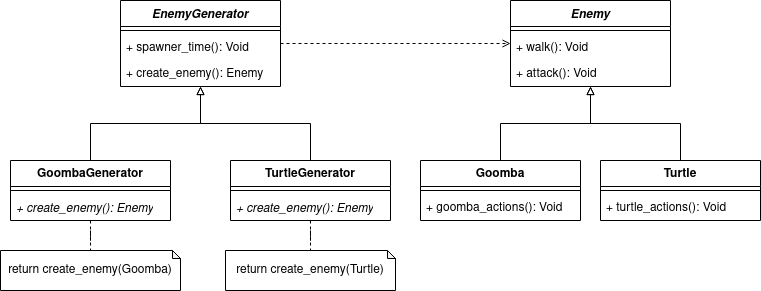
Above: ETS/unidad-07/tareas/tarea04/diagram.drawio.png in JesusLugo2002/1DAW (draw.io), before the change. Source tidied: cells renumbered, new cells last; positions are measured from the earlier drawing's top-left corner, leaving out a move shared by most shapes.
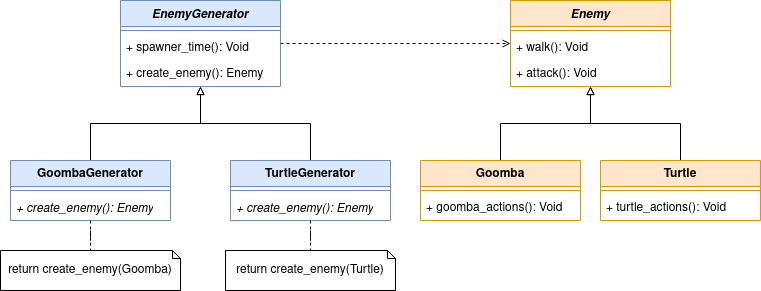
Above is the later version.

Change to the diagram source:
```diff
@@ -5,7 +5,7 @@
     <mxCell id="2" style="edgeStyle=orthogonalEdgeStyle;rounded=0;jettySize=auto;html=1;dashed=1;endArrow=open;endFill=0;" parent="1" edge="1" source="3" target="7">
       <mxGeometry relative="1" as="geometry" />
     </mxCell>
-    <mxCell id="3" value="EnemyGenerator" style="swimlane;fontStyle=3;align=center;verticalAlign=top;horizontal=1;startSize=26;whiteSpace=wrap;html=1;" parent="1" vertex="1">
+    <mxCell id="3" value="EnemyGenerator" style="swimlane;fontStyle=3;align=center;verticalAlign=top;horizontal=1;startSize=26;whiteSpace=wrap;html=1;fillColor=#dae8fc;strokeColor=#6c8ebf;" parent="1" vertex="1">
       <mxGeometry x="120" width="160" height="86" as="geometry" />
     </mxCell>
     <mxCell id="4" style="line;strokeWidth=1;fillColor=none;align=left;verticalAlign=middle;spacingTop=-1;spacingLeft=3;spacingRight=3;labelPosition=right;strokeColor=inherit;" parent="3" vertex="1">
@@ -17,7 +17,7 @@
     <mxCell id="6" value="+ create_enemy(): Enemy" style="text;strokeColor=none;fillColor=none;align=left;verticalAlign=top;spacingLeft=4;spacingRight=4;overflow=hidden;whiteSpace=wrap;html=1;" parent="3" vertex="1">
       <mxGeometry y="60" width="160" height="26" as="geometry" />
     </mxCell>
-    <mxCell id="7" value="Enemy" style="swimlane;fontStyle=3;align=center;verticalAlign=top;horizontal=1;startSize=26;whiteSpace=wrap;html=1;" parent="1" vertex="1">
+    <mxCell id="7" value="Enemy" style="swimlane;fontStyle=3;align=center;verticalAlign=top;horizontal=1;startSize=26;whiteSpace=wrap;html=1;fillColor=#ffe6cc;strokeColor=#d79b00;" parent="1" vertex="1">
       <mxGeometry x="510" width="160" height="86" as="geometry" />
     </mxCell>
     <mxCell id="8" style="line;strokeWidth=1;fillColor=none;align=left;verticalAlign=middle;spacingTop=-1;spacingLeft=3;spacingRight=3;labelPosition=right;strokeColor=inherit;" parent="7" vertex="1">
@@ -35,7 +35,7 @@
     <mxCell id="12" style="edgeStyle=orthogonalEdgeStyle;rounded=0;jettySize=auto;html=1;endArrow=none;endFill=0;dashed=1;" parent="1" edge="1" source="13" target="22">
       <mxGeometry relative="1" as="geometry" />
     </mxCell>
-    <mxCell id="13" value="GoombaGenerator" style="swimlane;fontStyle=1;align=center;verticalAlign=top;horizontal=1;startSize=26;whiteSpace=wrap;html=1;" parent="1" vertex="1">
+    <mxCell id="13" value="GoombaGenerator" style="swimlane;fontStyle=1;align=center;verticalAlign=top;horizontal=1;startSize=26;whiteSpace=wrap;html=1;fillColor=#dae8fc;strokeColor=#6c8ebf;" parent="1" vertex="1">
       <mxGeometry x="10" y="160" width="160" height="60" as="geometry" />
     </mxCell>
     <mxCell id="14" style="line;strokeWidth=1;fillColor=none;align=left;verticalAlign=middle;spacingTop=-1;spacingLeft=3;spacingRight=3;labelPosition=right;strokeColor=inherit;" parent="13" vertex="1">
@@ -50,7 +50,7 @@
     <mxCell id="17" style="edgeStyle=orthogonalEdgeStyle;rounded=0;jettySize=auto;html=1;endArrow=none;endFill=0;dashed=1;" parent="1" edge="1" source="18" target="21">
       <mxGeometry relative="1" as="geometry" />
     </mxCell>
-    <mxCell id="18" value="TurtleGenerator" style="swimlane;fontStyle=1;align=center;verticalAlign=top;horizontal=1;startSize=26;whiteSpace=wrap;html=1;" parent="1" vertex="1">
+    <mxCell id="18" value="TurtleGenerator" style="swimlane;fontStyle=1;align=center;verticalAlign=top;horizontal=1;startSize=26;whiteSpace=wrap;html=1;fillColor=#dae8fc;strokeColor=#6c8ebf;" parent="1" vertex="1">
       <mxGeometry x="230" y="160" width="160" height="60" as="geometry" />
     </mxCell>
     <mxCell id="19" style="line;strokeWidth=1;fillColor=none;align=left;verticalAlign=middle;spacingTop=-1;spacingLeft=3;spacingRight=3;labelPosition=right;strokeColor=inherit;" parent="18" vertex="1">
@@ -68,7 +68,7 @@
     <mxCell id="23" style="edgeStyle=orthogonalEdgeStyle;rounded=0;jettySize=auto;html=1;endArrow=block;endFill=0;" parent="1" edge="1" source="24" target="7">
       <mxGeometry relative="1" as="geometry" />
     </mxCell>
-    <mxCell id="24" value="Goomba" style="swimlane;fontStyle=1;align=center;verticalAlign=top;horizontal=1;startSize=26;whiteSpace=wrap;html=1;" parent="1" vertex="1">
+    <mxCell id="24" value="Goomba" style="swimlane;fontStyle=1;align=center;verticalAlign=top;horizontal=1;startSize=26;whiteSpace=wrap;html=1;fillColor=#ffe6cc;strokeColor=#d79b00;" parent="1" vertex="1">
       <mxGeometry x="420" y="160" width="160" height="60" as="geometry" />
     </mxCell>
     <mxCell id="25" style="line;strokeWidth=1;fillColor=none;align=left;verticalAlign=middle;spacingTop=-1;spacingLeft=3;spacingRight=3;labelPosition=right;strokeColor=inherit;" parent="24" vertex="1">
@@ -80,7 +80,7 @@
     <mxCell id="27" style="edgeStyle=orthogonalEdgeStyle;rounded=0;jettySize=auto;html=1;endArrow=block;endFill=0;" parent="1" edge="1" source="28" target="7">
       <mxGeometry relative="1" as="geometry" />
     </mxCell>
-    <mxCell id="28" value="Turtle" style="swimlane;fontStyle=1;align=center;verticalAlign=top;horizontal=1;startSize=26;whiteSpace=wrap;html=1;" parent="1" vertex="1">
+    <mxCell id="28" value="Turtle" style="swimlane;fontStyle=1;align=center;verticalAlign=top;horizontal=1;startSize=26;whiteSpace=wrap;html=1;fillColor=#ffe6cc;strokeColor=#d79b00;" parent="1" vertex="1">
       <mxGeometry x="600" y="160" width="160" height="60" as="geometry" />
     </mxCell>
     <mxCell id="29" style="line;strokeWidth=1;fillColor=none;align=left;verticalAlign=middle;spacingTop=-1;spacingLeft=3;spacingRight=3;labelPosition=right;strokeColor=inherit;" parent="28" vertex="1">
```
